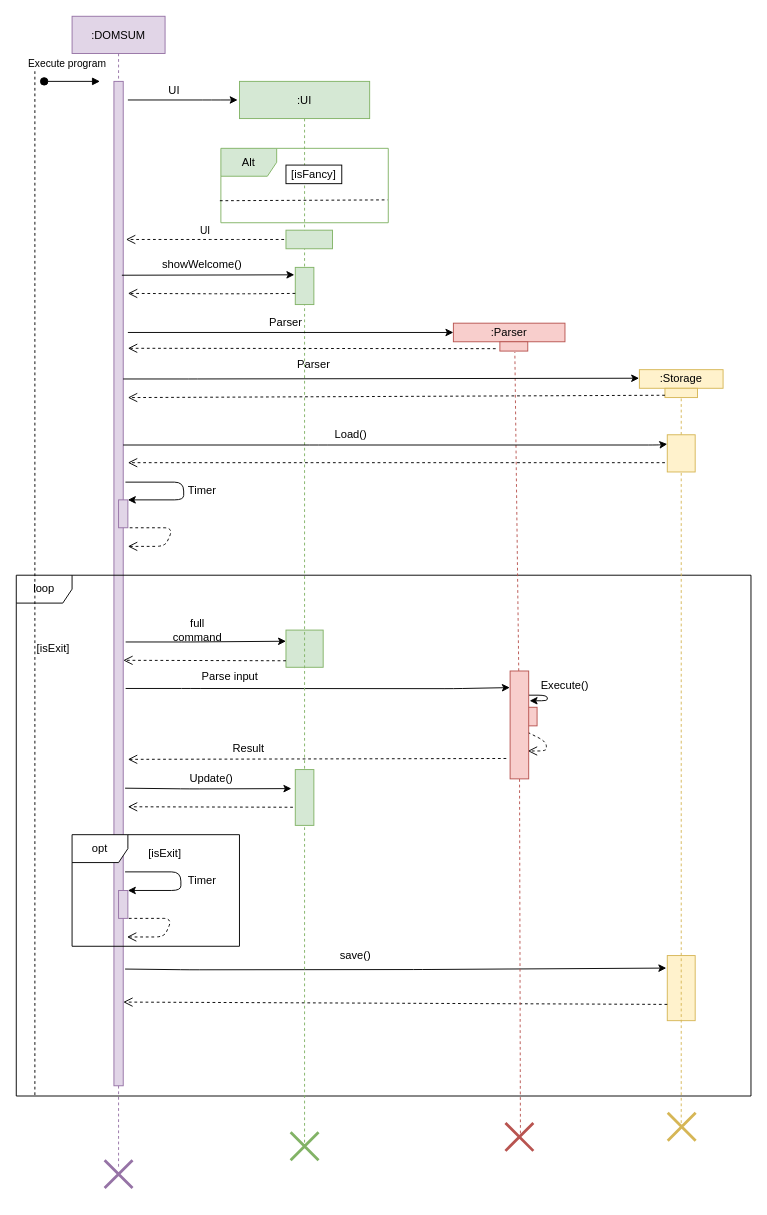
Earlier version of the draw.io diagram docs/Sample UML Diagram.drawio (chuhann/ip). Source tidied: cells renumbered, new cells numbered last; positions are measured from the earlier drawing's top-left corner, leaving out a move shared by most shapes. Both pictures are drawn from the tidied source at 93%, with x=0, y=0 at pixel (16, 16).
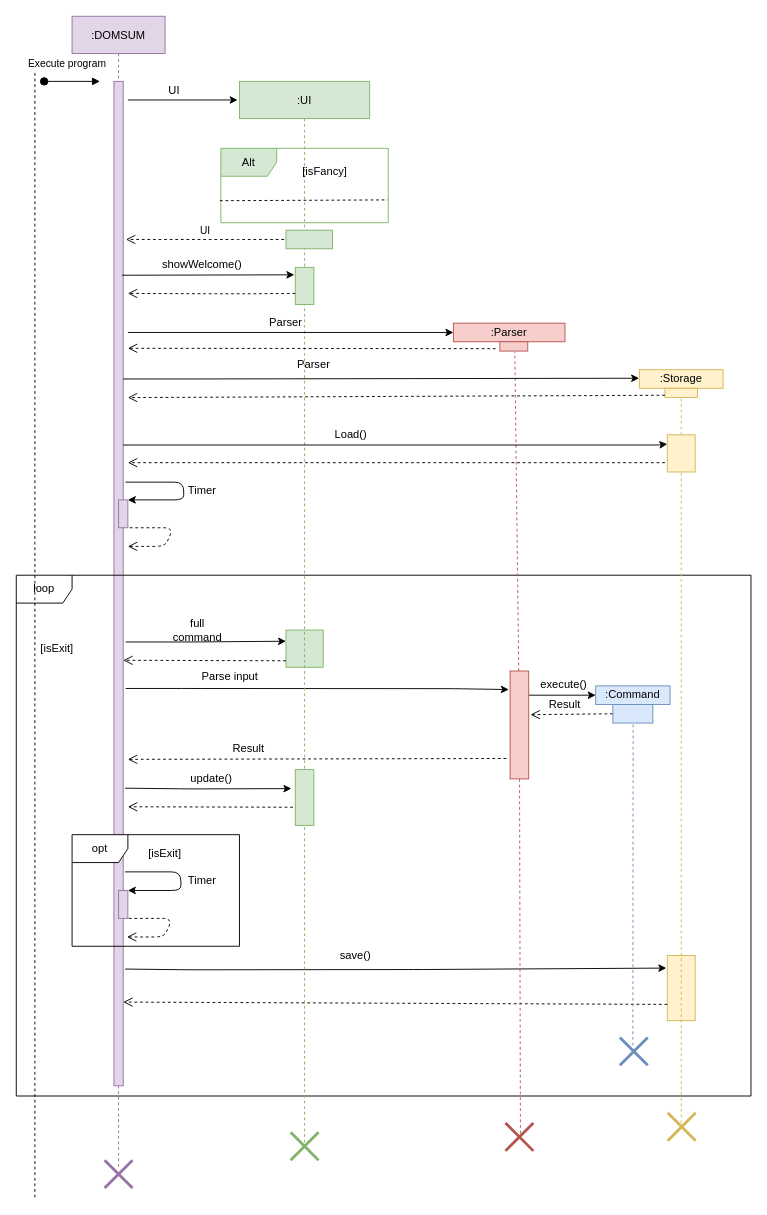
Above is the later version.

Commit message:
DOMSUM Main Flow

The change refers to these unchanged cells:
```xml
<mxCell id="2" value=":DOMSUM" style="shape=umlLifeline;perimeter=lifelinePerimeter;rounded=0;shadow=0;strokeWidth=1;fillColor=#e1d5e7;strokeColor=#9673a6;" parent="1" vertex="1">
  <mxGeometry x="60" width="100" height="1240" as="geometry" />
</mxCell>
<mxCell id="69" style="rounded=0;whiteSpace=wrap;html=1;shadow=0;glass=0;sketch=0;fillColor=#f8cecc;strokeColor=#b85450;" parent="1" vertex="1">
  <mxGeometry x="531" y="704" width="20" height="116" as="geometry" />
</mxCell>
```

Diff of the diagram source:
```diff
@@
-    <mxCell id="9" style="endArrow=classic;html=1;entryX=-0.015;entryY=0.154;entryDx=0;entryDy=0;entryPerimeter=0;" parent="2" edge="1" target="69">
+    <mxCell id="9" style="endArrow=classic;html=1;entryX=-0.072;entryY=0.172;entryDx=0;entryDy=0;entryPerimeter=0;" parent="2" edge="1" target="69">
       <mxGeometry relative="1" as="geometry">
         <mxPoint x="57.6" y="722.8" as="sourcePoint" />
         <Array as="points">
           <mxPoint x="127.7" y="722.8" />
           <mxPoint x="410" y="723" />
         </Array>
       </mxGeometry>
     </mxCell>
@@
-    <mxCell id="12" style="rounded=0;whiteSpace=wrap;html=1;shadow=0;glass=0;sketch=0;direction=south;fillColor=#f8cecc;strokeColor=#b85450;" parent="2" vertex="1">
-      <mxGeometry x="480" y="743" width="20" height="20" as="geometry" />
-    </mxCell>
-    <mxCell id="13" style="edgeStyle=elbowEdgeStyle;elbow=horizontal;endArrow=classic;html=1;entryX=1;entryY=0.25;entryDx=0;entryDy=0;" parent="2" edge="1">
+    <mxCell id="13" style="edgeStyle=elbowEdgeStyle;elbow=horizontal;endArrow=classic;html=1;entryX=0;entryY=0.5;entryDx=0;entryDy=0;" parent="2" edge="1" target="74">
       <mxGeometry relative="1" as="geometry">
         <mxPoint x="491" y="730" as="sourcePoint" />
-        <mxPoint x="492" y="736" as="targetPoint" />
         <Array as="points">
+          <mxPoint x="540" y="730" />
           <mxPoint x="511" y="730" />
           <mxPoint x="501" y="748" />
           <mxPoint x="571" y="748" />
         </Array>
       </mxGeometry>
     </mxCell>
-    <mxCell id="14" value="Execute()" style="text;html=1;strokeColor=none;fillColor=none;align=center;verticalAlign=middle;whiteSpace=wrap;rounded=0;shadow=0;glass=0;sketch=0;" parent="2" vertex="1">
-      <mxGeometry x="510" y="710" width="40" height="20" as="geometry" />
-    </mxCell>
-    <mxCell id="15" style="verticalAlign=bottom;endArrow=open;dashed=1;endSize=8;shadow=0;strokeWidth=1;" parent="2" edge="1">
+    <mxCell id="15" style="verticalAlign=bottom;endArrow=open;dashed=1;endSize=8;shadow=0;strokeWidth=1;exitX=0;exitY=0.5;exitDx=0;exitDy=0;" parent="2" edge="1" source="75">
       <mxGeometry relative="1" as="geometry">
-        <mxPoint x="490" y="770" as="sourcePoint" />
-        <mxPoint x="490" y="790" as="targetPoint" />
-        <Array as="points">
-          <mxPoint x="510" y="780" />
-          <mxPoint x="510" y="790" />
-        </Array>
+        <mxPoint x="493" y="751" as="targetPoint" />
       </mxGeometry>
     </mxCell>
@@
-    <mxCell id="18" value="Update()" style="text;html=1;strokeColor=none;fillColor=none;align=center;verticalAlign=middle;whiteSpace=wrap;rounded=0;shadow=0;glass=0;sketch=0;" parent="2" vertex="1">
+    <mxCell id="18" value="update()" style="text;html=1;strokeColor=none;fillColor=none;align=center;verticalAlign=middle;whiteSpace=wrap;rounded=0;shadow=0;glass=0;sketch=0;" parent="2" vertex="1">
       <mxGeometry x="130" y="810" width="40" height="20" as="geometry" />
     </mxCell>
@@
+    <mxCell id="74" value=":Command" style="rounded=0;whiteSpace=wrap;html=1;fillColor=#dae8fc;strokeColor=#6c8ebf;" parent="2" vertex="1">
+      <mxGeometry x="563" y="720" width="80" height="20" as="geometry" />
+    </mxCell>
+    <mxCell id="75" style="rounded=0;whiteSpace=wrap;html=1;fillColor=#dae8fc;strokeColor=#6c8ebf;" parent="2" vertex="1">
+      <mxGeometry x="581.5" y="740" width="43" height="20" as="geometry" />
+    </mxCell>
+    <mxCell id="76" style="endArrow=none;dashed=1;html=1;exitX=0.39;exitY=0.923;exitDx=0;exitDy=0;exitPerimeter=0;fillColor=#dae8fc;strokeColor=#6c8ebf;" parent="2" edge="1">
+      <mxGeometry relative="1" as="geometry">
+        <mxPoint x="603.3" y="761.5" as="sourcePoint" />
+        <mxPoint x="603" y="1110" as="targetPoint" />
+      </mxGeometry>
+    </mxCell>
+    <mxCell id="77" value="Result" style="text;html=1;strokeColor=none;fillColor=none;align=center;verticalAlign=middle;whiteSpace=wrap;rounded=0;shadow=0;glass=0;sketch=0;" parent="2" vertex="1">
+      <mxGeometry x="510" y="730" width="40" height="20" as="geometry" />
+    </mxCell>
+    <mxCell id="78" style="shape=umlDestroy;whiteSpace=wrap;html=1;strokeWidth=3;fillColor=#dae8fc;strokeColor=#6c8ebf;" parent="2" vertex="1">
+      <mxGeometry x="589" y="1098" width="30" height="30" as="geometry" />
+    </mxCell>
@@
     <mxCell id="37" style="endArrow=none;dashed=1;html=1;" parent="1" edge="1">
       <mxGeometry relative="1" as="geometry">
-        <mxPoint x="20" y="1160" as="sourcePoint" />
+        <mxPoint x="20" y="1270" as="sourcePoint" />
         <mxPoint x="20" y="50" as="targetPoint" />
       </mxGeometry>
     </mxCell>
@@
-    <mxCell id="41" value="[isFancy]" style="rounded=0;whiteSpace=wrap;html=1;shadow=0;glass=0;sketch=0;" parent="1" vertex="1">
-      <mxGeometry x="290" y="160" width="60" height="20" as="geometry" />
-    </mxCell>
@@
     <mxCell id="68" value="[isExit]" style="text;html=1;strokeColor=none;fillColor=none;align=center;verticalAlign=middle;whiteSpace=wrap;rounded=0;shadow=0;glass=0;sketch=0;" parent="1" vertex="1">
-      <mxGeometry x="20" y="670" width="40" height="20" as="geometry" />
+      <mxGeometry x="24" y="670" width="40" height="20" as="geometry" />
     </mxCell>
@@
+    <mxCell id="41" value="[isFancy]" style="text;html=1;strokeColor=none;fillColor=none;align=center;verticalAlign=middle;whiteSpace=wrap;rounded=0;" parent="1" vertex="1">
+      <mxGeometry x="312" y="157" width="40" height="20" as="geometry" />
+    </mxCell>
+    <mxCell id="14" value="execute()" style="text;html=1;strokeColor=none;fillColor=none;align=center;verticalAlign=middle;whiteSpace=wrap;rounded=0;shadow=0;glass=0;sketch=0;" parent="1" vertex="1">
+      <mxGeometry x="569" y="709" width="40" height="20" as="geometry" />
+    </mxCell>
```
